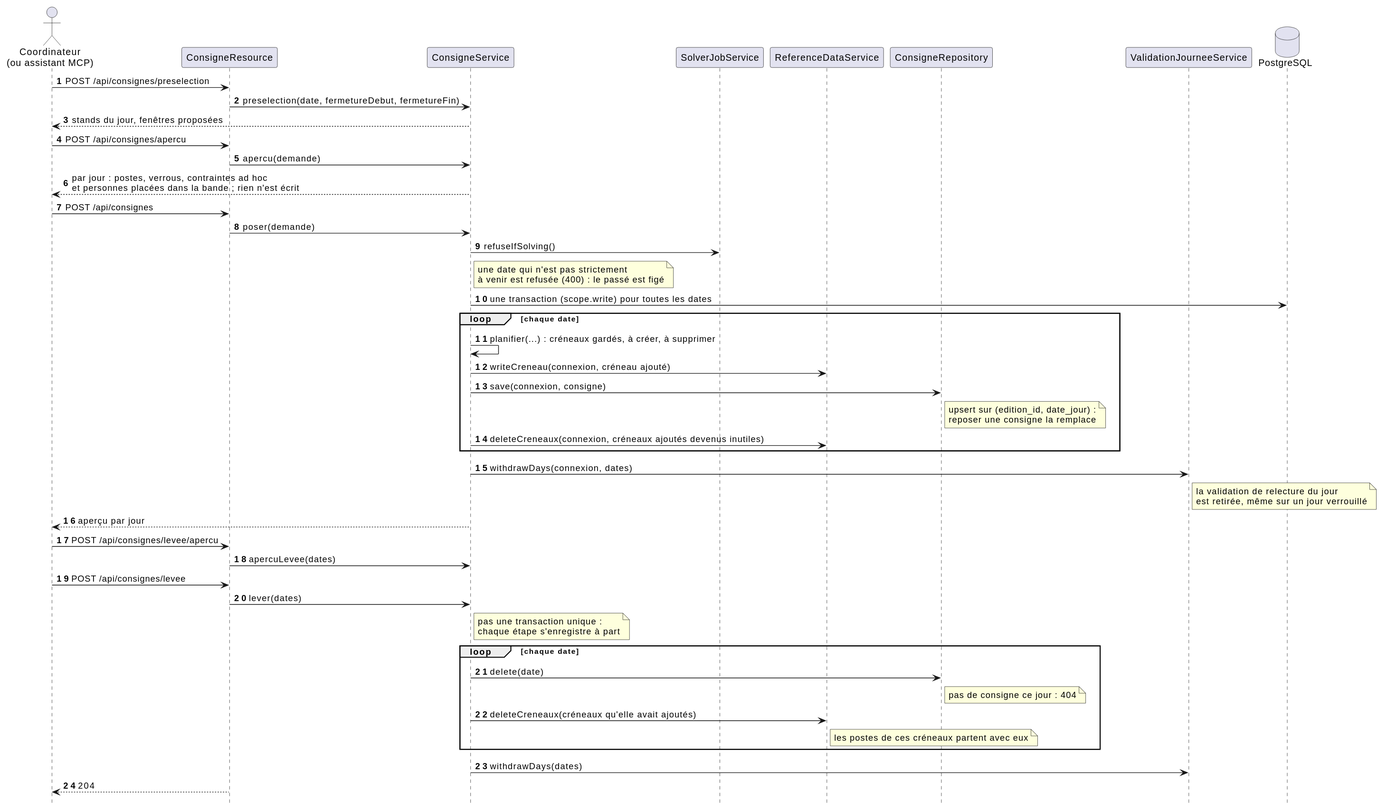
Earlier version of the PlantUML export docs/diagrammes/consigne.svg (sylvainmetayer/planning-equipes). Source of this version:
```plantuml
@startuml
skinparam backgroundColor #FFFFFF
skinparam responseMessageBelowArrow true
hide footbox
autonumber

actor "Coordinateur\n(ou assistant MCP)" as admin
participant ConsigneResource as resource
participant ConsigneService as consignes
participant SolverJobService as jobs
participant ReferenceDataService as referentiel
participant ConsigneRepository as depot
participant ValidationJourneeService as validations
database PostgreSQL as db

admin -> resource : POST /api/consignes/preselection
resource -> consignes : preselection(date, fermetureDebut, fermetureFin)
consignes --> admin : stands du jour, fenêtres proposées

admin -> resource : POST /api/consignes/apercu
resource -> consignes : apercu(demande)
consignes --> admin : par jour : postes, verrous, contraintes ad hoc\net personnes placées dans la bande ; rien n'est écrit

admin -> resource : POST /api/consignes
resource -> consignes : poser(demande)
consignes -> jobs : refuseIfSolving()
note right of consignes : une date qui n'est pas strictement\nà venir est refusée (400) : le passé est figé
consignes -> db : une transaction (scope.write) pour toutes les dates
loop chaque date
  consignes -> consignes : planifier(...) : créneaux gardés, à créer, à supprimer
  consignes -> referentiel : writeCreneau(connexion, créneau ajouté)
  consignes -> depot : save(connexion, consigne)
  note right of depot : upsert sur (edition_id, date_jour) :\nreposer une consigne la remplace
  consignes -> referentiel : deleteCreneaux(connexion, créneaux ajoutés devenus inutiles)
end
consignes -> validations : withdrawDays(connexion, dates)
note right of validations : la validation de relecture du jour\nest retirée, même sur un jour verrouillé
consignes --> admin : aperçu par jour

admin -> resource : POST /api/consignes/levee/apercu
resource -> consignes : apercuLevee(dates)
admin -> resource : POST /api/consignes/levee
resource -> consignes : lever(dates)
note right of consignes : pas une transaction unique :\nchaque étape s'enregistre à part
loop chaque date
  consignes -> depot : delete(date)
  note right of depot : pas de consigne ce jour : 404
  consignes -> referentiel : deleteCreneaux(créneaux qu'elle avait ajoutés)
  note right of referentiel : les postes de ces créneaux partent avec eux
end
consignes -> validations : withdrawDays(dates)
resource --> admin : 204
@enduml
```
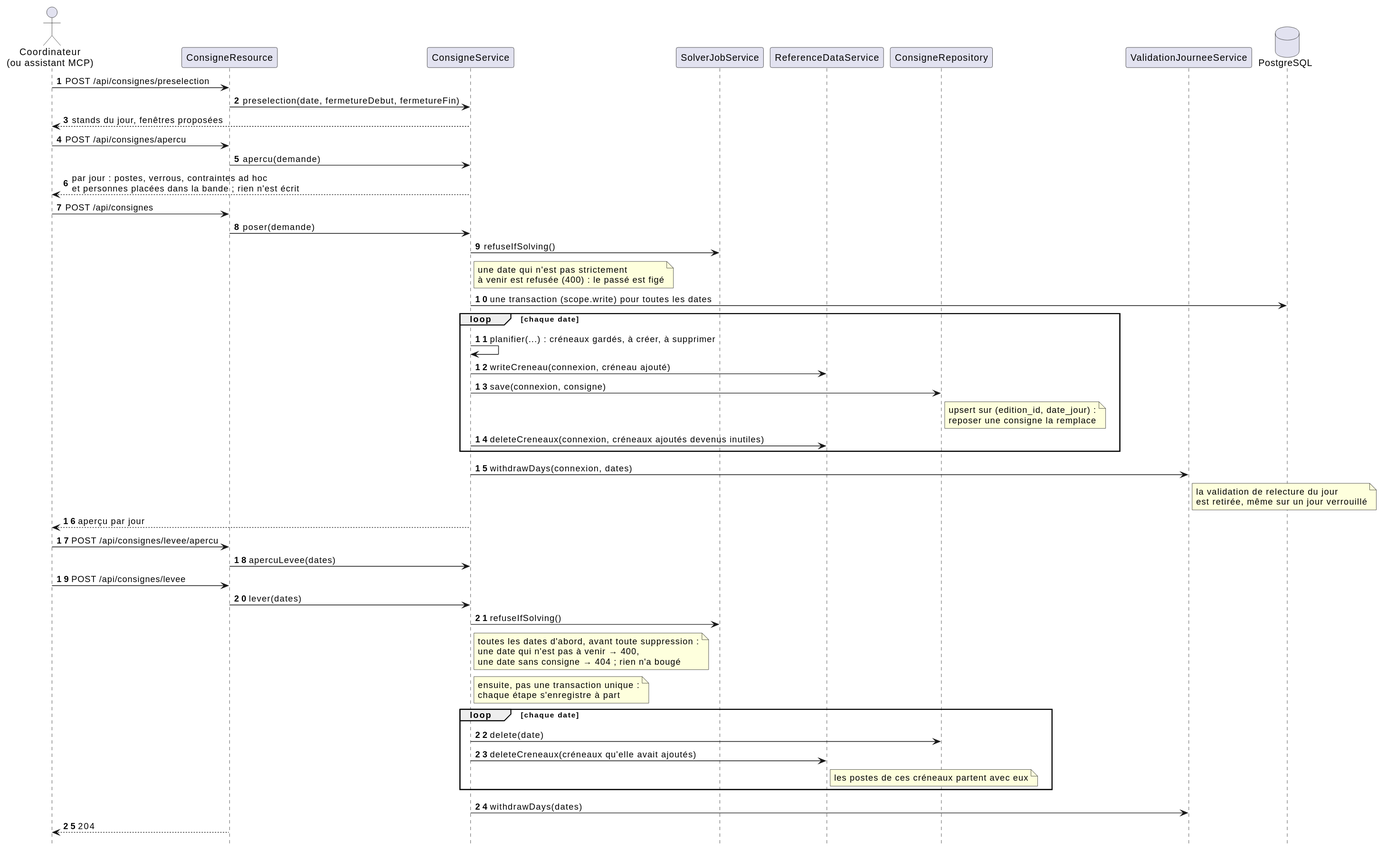
The same diagram one commit later.

Commit message:
test(diagrammes): des contrôles qui ne laissent plus passer de dérive

Diff of the diagram source:
```diff
@@ -41,10 +41,15 @@
 resource -> consignes : apercuLevee(dates)
 admin -> resource : POST /api/consignes/levee
 resource -> consignes : lever(dates)
-note right of consignes : pas une transaction unique :\nchaque étape s'enregistre à part
+consignes -> jobs : refuseIfSolving()
+note right of consignes
+  toutes les dates d'abord, avant toute suppression :
+  une date qui n'est pas à venir → 400,
+  une date sans consigne → 404 ; rien n'a bougé
+end note
+note right of consignes : ensuite, pas une transaction unique :\nchaque étape s'enregistre à part
 loop chaque date
   consignes -> depot : delete(date)
-  note right of depot : pas de consigne ce jour : 404
   consignes -> referentiel : deleteCreneaux(créneaux qu'elle avait ajoutés)
   note right of referentiel : les postes de ces créneaux partent avec eux
 end
```
